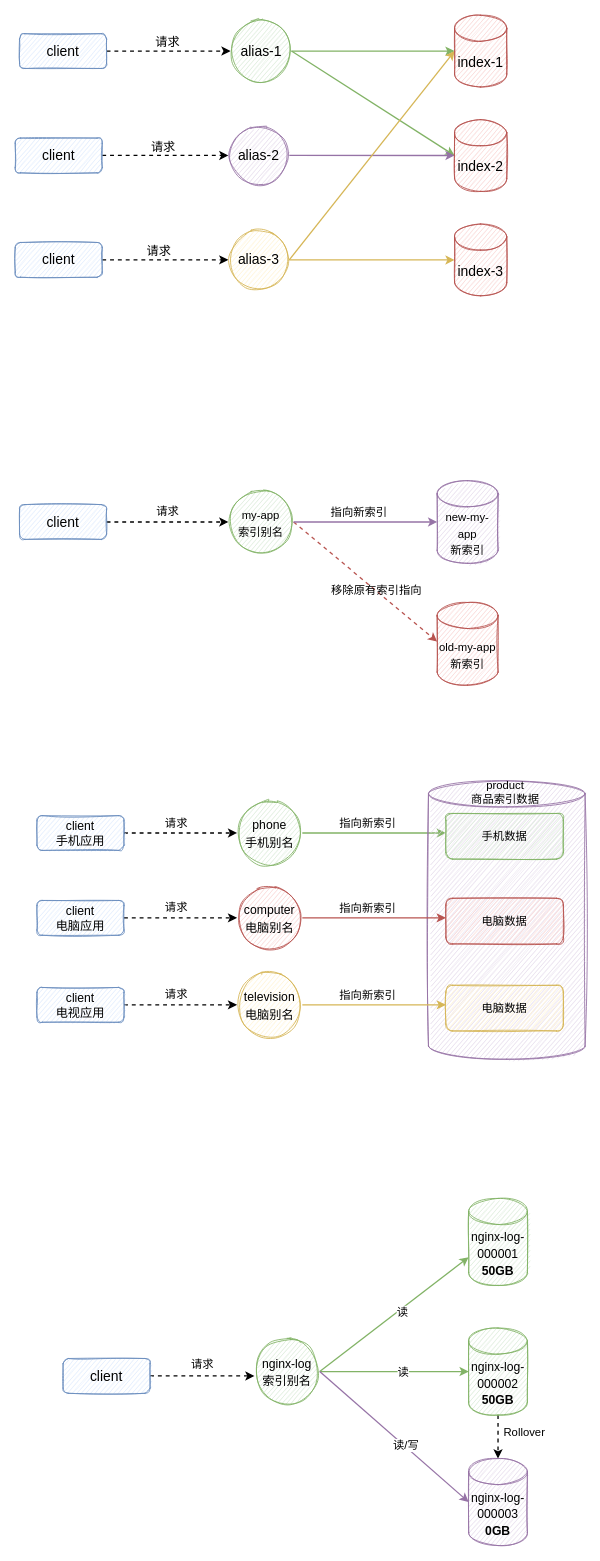
This is Elasticsearch/alias.drawio from cr7258/draw.io, a draw.io file, before an edit. Source tidied: cells renumbered, new cells numbered last; positions are measured from the earlier drawing's top-left corner, leaving out a move shared by most shapes. Both pictures are drawn from the tidied source at 87%, with x=0, y=0 at pixel (15, 15).
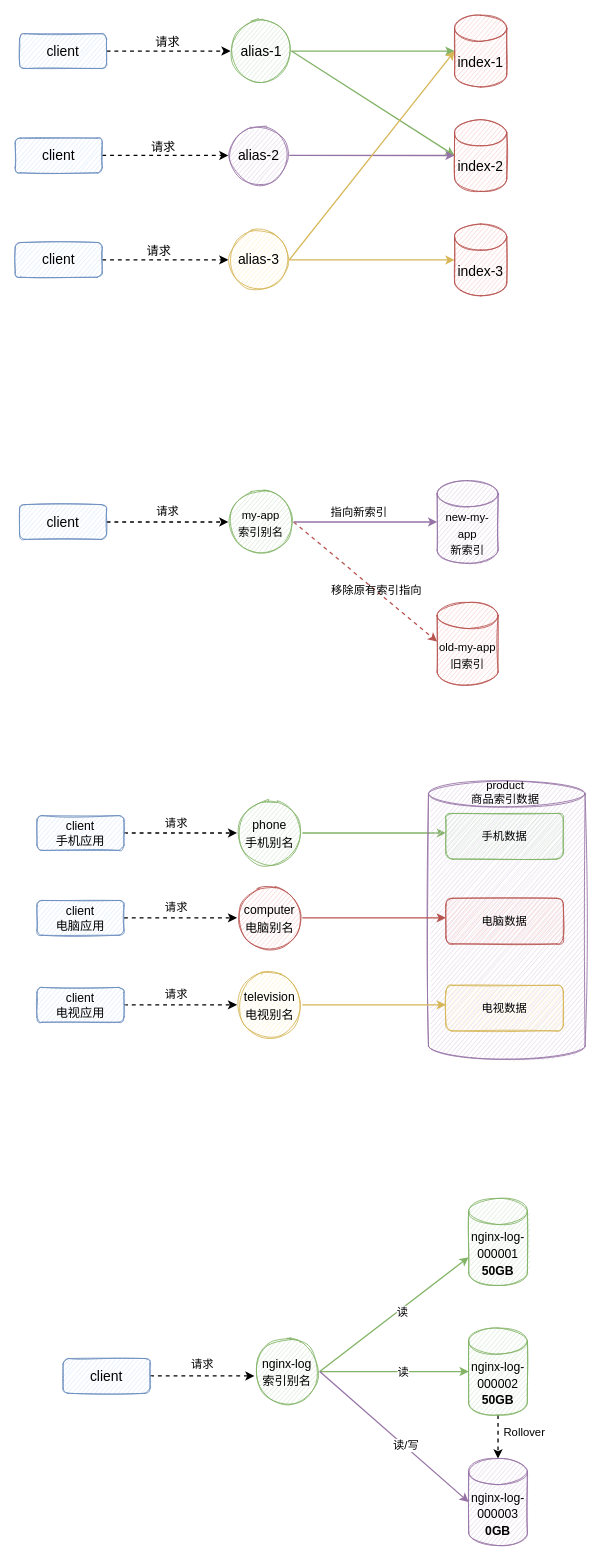
After the change.

What changed in the source:
```diff
@@
-    <mxCell id="35" value="&lt;font style=&quot;font-size: 13px&quot;&gt;指向新索引&lt;/font&gt;" style="text;html=1;align=center;verticalAlign=middle;strokeColor=none;fillColor=none;fontSize=16;" parent="1" vertex="1">
-      <mxGeometry x="365" y="912.5" width="80" height="30" as="geometry" />
-    </mxCell>
@@
-    <mxCell id="37" value="&lt;font style=&quot;font-size: 13px&quot;&gt;old-my-app&lt;br&gt;新索引&lt;/font&gt;" style="shape=cylinder3;whiteSpace=wrap;html=1;boundedLbl=1;backgroundOutline=1;size=15;sketch=1;fontSize=16;fillColor=#f8cecc;strokeColor=#b85450;" parent="1" vertex="1">
+    <mxCell id="37" value="&lt;font style=&quot;font-size: 13px&quot;&gt;old-my-app&lt;br&gt;旧索引&lt;/font&gt;" style="shape=cylinder3;whiteSpace=wrap;html=1;boundedLbl=1;backgroundOutline=1;size=15;sketch=1;fontSize=16;fillColor=#f8cecc;strokeColor=#b85450;" parent="1" vertex="1">
       <mxGeometry x="485" y="675" width="70" height="95" as="geometry" />
     </mxCell>
@@
-    <mxCell id="46" value="&lt;font style=&quot;font-size: 13px&quot;&gt;指向新索引&lt;/font&gt;" style="text;html=1;align=center;verticalAlign=middle;strokeColor=none;fillColor=none;fontSize=16;" parent="1" vertex="1">
-      <mxGeometry x="365" y="1010" width="80" height="30" as="geometry" />
-    </mxCell>
@@
-    <mxCell id="51" value="&lt;font style=&quot;font-size: 14px&quot;&gt;television&lt;br&gt;电脑别名&lt;br&gt;&lt;/font&gt;" style="ellipse;whiteSpace=wrap;html=1;fontSize=16;fillColor=#fff2cc;strokeColor=#d6b656;sketch=1;" parent="1" vertex="1">
+    <mxCell id="51" value="&lt;font style=&quot;font-size: 14px&quot;&gt;television&lt;br&gt;电视别名&lt;br&gt;&lt;/font&gt;" style="ellipse;whiteSpace=wrap;html=1;fontSize=16;fillColor=#fff2cc;strokeColor=#d6b656;sketch=1;" parent="1" vertex="1">
       <mxGeometry x="255" y="1100" width="75" height="75" as="geometry" />
     </mxCell>
@@
-    <mxCell id="53" value="&lt;font style=&quot;font-size: 13px&quot;&gt;指向新索引&lt;/font&gt;" style="text;html=1;align=center;verticalAlign=middle;strokeColor=none;fillColor=none;fontSize=16;" parent="1" vertex="1">
-      <mxGeometry x="365" y="1110" width="80" height="30" as="geometry" />
-    </mxCell>
-    <mxCell id="54" value="电脑数据" style="rounded=1;whiteSpace=wrap;html=1;sketch=1;fontSize=13;fillColor=#fff2cc;strokeColor=#d6b656;" parent="1" vertex="1">
+    <mxCell id="54" value="电视数据" style="rounded=1;whiteSpace=wrap;html=1;sketch=1;fontSize=13;fillColor=#fff2cc;strokeColor=#d6b656;" parent="1" vertex="1">
       <mxGeometry x="495" y="1115" width="135" height="52.5" as="geometry" />
     </mxCell>
```
